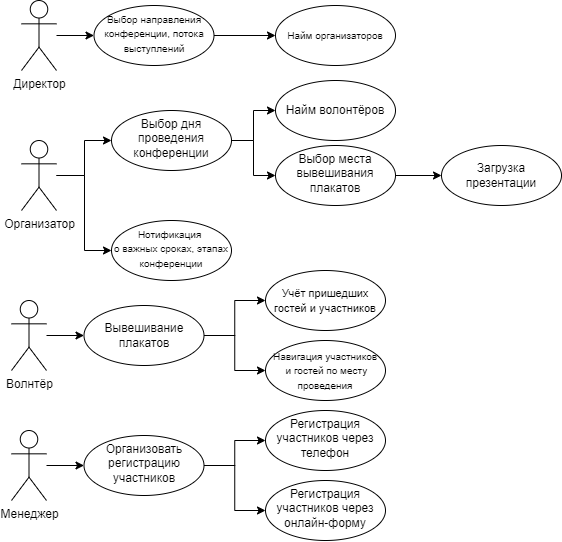
Above: 3 курс/УПП/lab6/Прецеденты.png in anavitbel/rgpu_portfolio (draw.io), before the change. Source tidied: cells renumbered, new cells last; positions are measured from the earlier drawing's top-left corner, leaving out a move shared by most shapes.
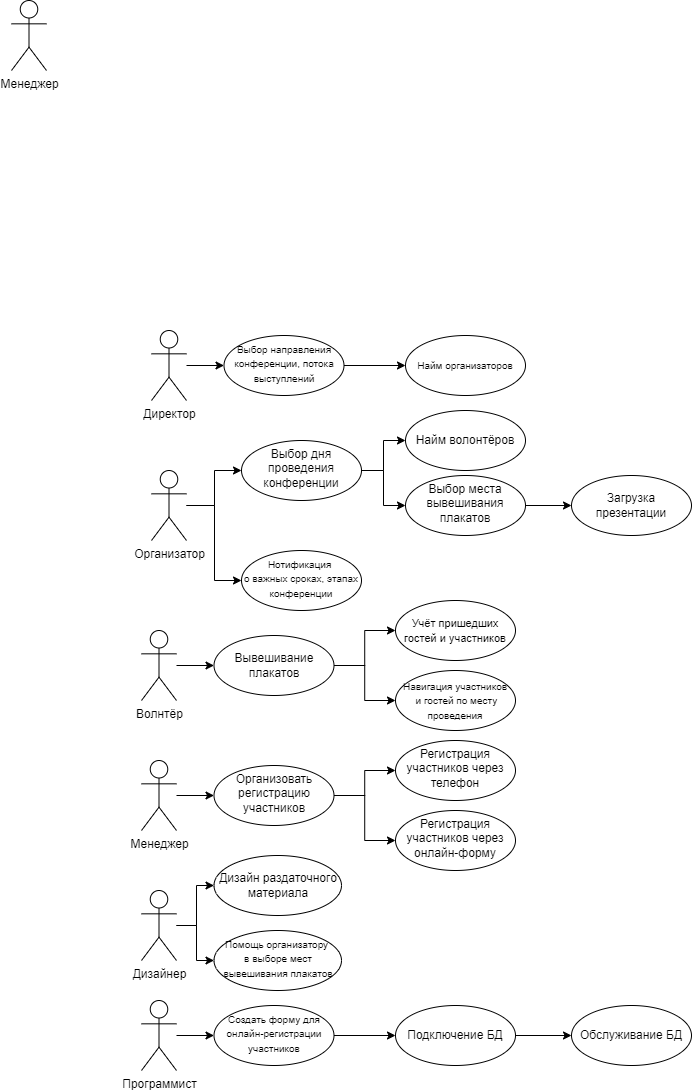
Later version of the same file.

What changed in the source:
```diff
@@ -103,5 +103,44 @@
     <mxCell id="31" value="&lt;font style=&quot;font-size: 10px&quot;&gt;Нотификация &lt;br&gt;о важных сроках, этапах конференции&lt;/font&gt;" style="ellipse;whiteSpace=wrap;html=1;verticalAlign=top;" parent="1" vertex="1">
       <mxGeometry x="100" y="220" width="120" height="60" as="geometry" />
     </mxCell>
+    <mxCell id="32" value="Менеджер" style="shape=umlActor;verticalLabelPosition=bottom;verticalAlign=top;html=1;" parent="1" vertex="1">
+      <mxGeometry x="-130" y="-330" width="35" height="70" as="geometry" />
+    </mxCell>
+    <mxCell id="33" style="edgeStyle=orthogonalEdgeStyle;rounded=0;jettySize=auto;html=1;fontSize=11;" parent="1" edge="1" source="35" target="36">
+      <mxGeometry relative="1" as="geometry" />
+    </mxCell>
+    <mxCell id="34" style="edgeStyle=orthogonalEdgeStyle;rounded=0;jettySize=auto;html=1;fontSize=12;" parent="1" edge="1" source="35" target="37">
+      <mxGeometry relative="1" as="geometry" />
+    </mxCell>
+    <mxCell id="35" value="Дизайнер" style="shape=umlActor;verticalLabelPosition=bottom;verticalAlign=top;html=1;outlineConnect=0;" parent="1" vertex="1">
+      <mxGeometry y="560" width="35" height="70" as="geometry" />
+    </mxCell>
+    <mxCell id="36" value="&lt;font style=&quot;font-size: 12px&quot;&gt;Дизайн раздаточного материала&lt;/font&gt;" style="ellipse;whiteSpace=wrap;html=1;verticalAlign=middle;" parent="1" vertex="1">
+      <mxGeometry x="72.5" y="525" width="127.5" height="60" as="geometry" />
+    </mxCell>
+    <mxCell id="37" value="&lt;font style=&quot;font-size: 10px&quot;&gt;Помощь организатору &lt;br&gt;в выборе мест вывешивания плакатов&lt;/font&gt;" style="ellipse;whiteSpace=wrap;html=1;verticalAlign=top;" parent="1" vertex="1">
+      <mxGeometry x="72.5" y="600" width="127.5" height="60" as="geometry" />
+    </mxCell>
+    <mxCell id="38" style="edgeStyle=orthogonalEdgeStyle;rounded=0;jettySize=auto;html=1;" parent="1" edge="1" source="39" target="41">
+      <mxGeometry relative="1" as="geometry" />
+    </mxCell>
+    <mxCell id="39" value="Программист" style="shape=umlActor;verticalLabelPosition=bottom;verticalAlign=top;html=1;outlineConnect=0;" parent="1" vertex="1">
+      <mxGeometry y="670" width="35" height="70" as="geometry" />
+    </mxCell>
+    <mxCell id="40" style="edgeStyle=orthogonalEdgeStyle;rounded=0;jettySize=auto;html=1;fontSize=10;" parent="1" edge="1" source="41" target="43">
+      <mxGeometry relative="1" as="geometry" />
+    </mxCell>
+    <mxCell id="41" value="&lt;span style=&quot;font-size: 10px&quot;&gt;Создать форму для онлайн-регистрации участников&lt;/span&gt;" style="ellipse;whiteSpace=wrap;html=1;verticalAlign=top;" parent="1" vertex="1">
+      <mxGeometry x="72.5" y="675" width="120" height="60" as="geometry" />
+    </mxCell>
+    <mxCell id="42" style="edgeStyle=orthogonalEdgeStyle;rounded=0;jettySize=auto;html=1;fontSize=10;" parent="1" edge="1" source="43" target="44">
+      <mxGeometry relative="1" as="geometry" />
+    </mxCell>
+    <mxCell id="43" value="&lt;font style=&quot;font-size: 12px&quot;&gt;Подключение БД&lt;/font&gt;" style="ellipse;whiteSpace=wrap;html=1;verticalAlign=middle;" parent="1" vertex="1">
+      <mxGeometry x="254" y="675" width="120" height="60" as="geometry" />
+    </mxCell>
+    <mxCell id="44" value="&lt;font style=&quot;font-size: 12px&quot;&gt;Обслуживание БД&lt;/font&gt;" style="ellipse;whiteSpace=wrap;html=1;verticalAlign=middle;" parent="1" vertex="1">
+      <mxGeometry x="430" y="675" width="120" height="60" as="geometry" />
+    </mxCell>
   </root>
 </mxGraphModel>
```
